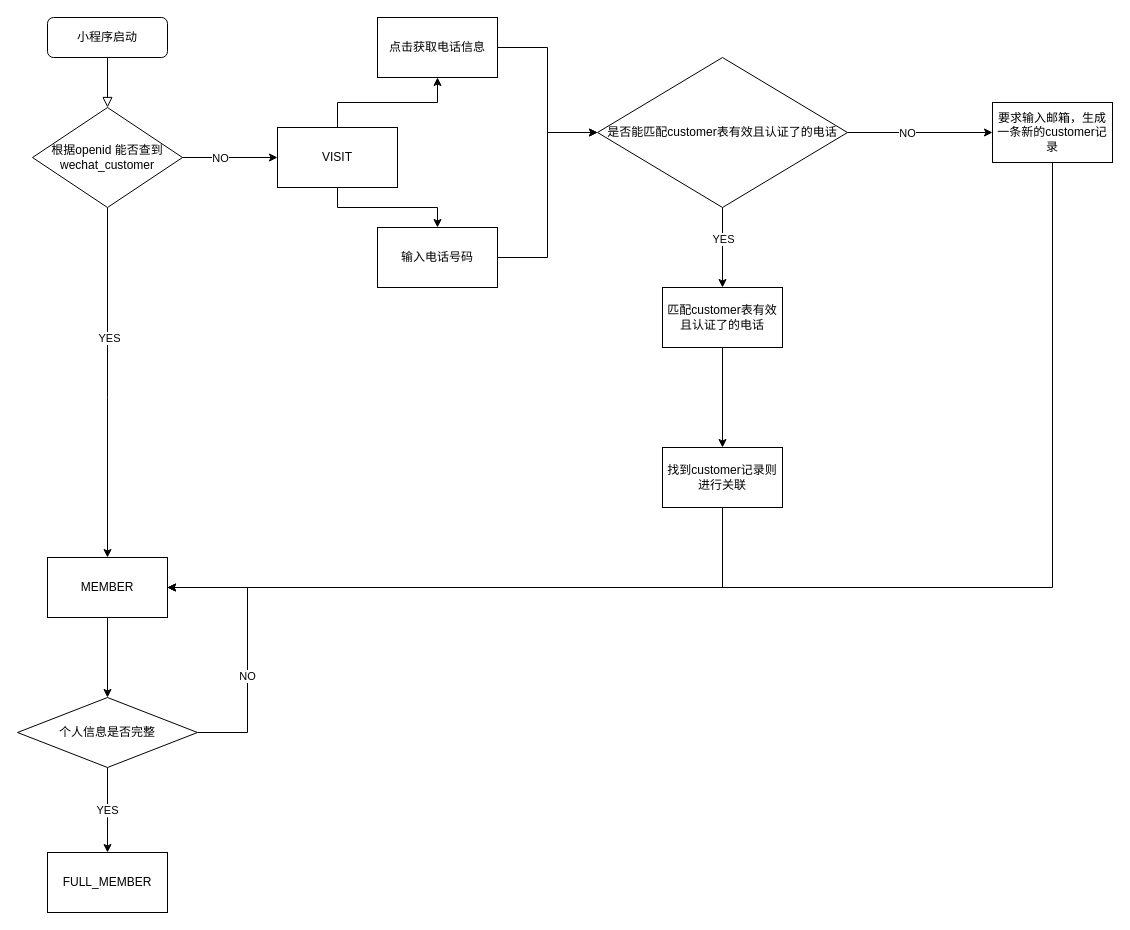
Earlier version of the draw.io diagram adi-mini-register-login.drawio (maclxf/ProjectDraw). Source tidied: cells renumbered, new cells numbered last; positions are measured from the earlier drawing's top-left corner, leaving out a move shared by most shapes. Both pictures are drawn from the tidied source at 100%, with x=0, y=0 at pixel (17, 17).
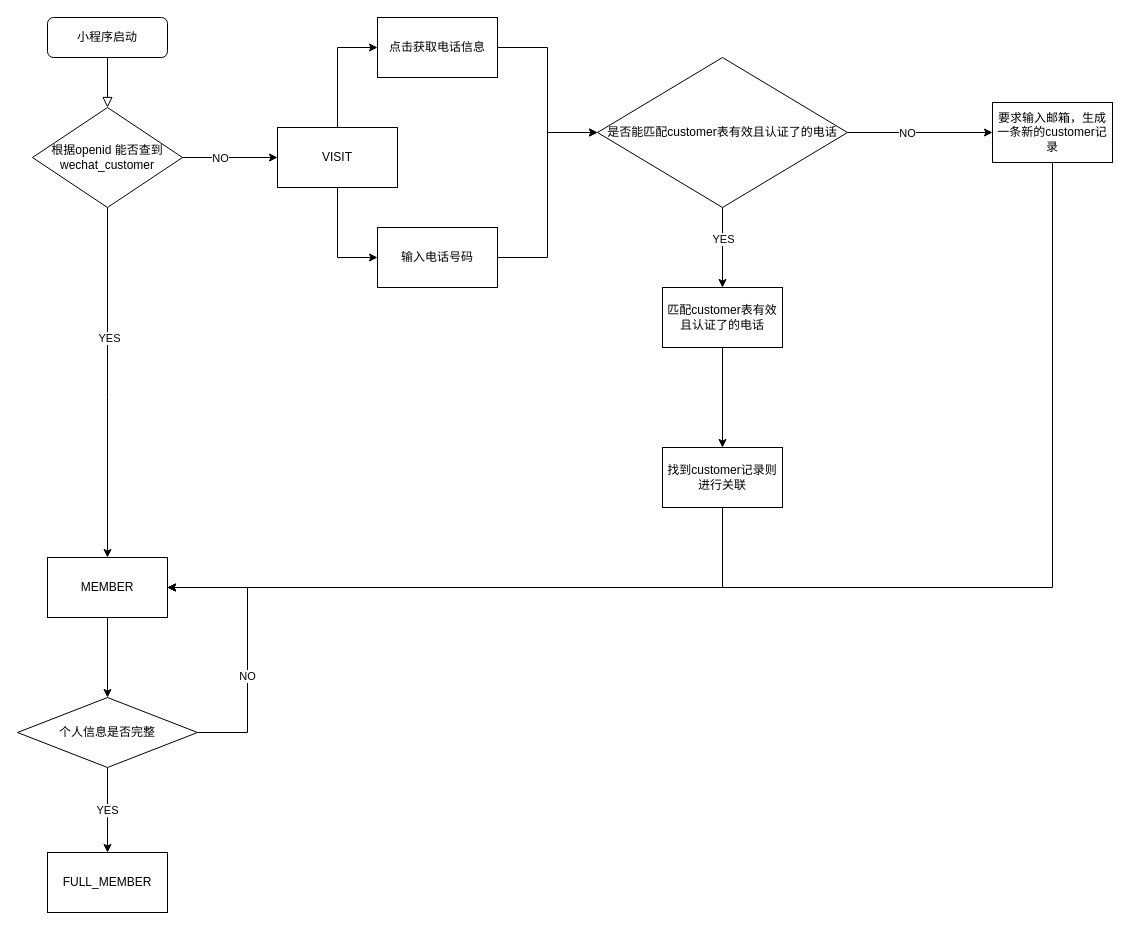
The same page after the edit.

The change refers to these unchanged cells:
```xml
<mxCell id="11" value="VISIT" style="whiteSpace=wrap;html=1;" parent="1" vertex="1">
  <mxGeometry x="260" y="110" width="120" height="60" as="geometry" />
</mxCell>
<mxCell id="13" value="点击获取电话信息" style="whiteSpace=wrap;html=1;" parent="1" vertex="1">
  <mxGeometry x="360" width="120" height="60" as="geometry" />
</mxCell>
<mxCell id="15" value="输入电话号码" style="whiteSpace=wrap;html=1;" parent="1" vertex="1">
  <mxGeometry x="360" y="210" width="120" height="60" as="geometry" />
</mxCell>
```

What changed in the source:
```diff
@@
     <mxCell id="9" style="edgeStyle=orthogonalEdgeStyle;rounded=0;jettySize=auto;html=1;" parent="1" edge="1" source="11" target="13">
-      <mxGeometry relative="1" as="geometry" />
+      <mxGeometry relative="1" as="geometry">
+        <Array as="points">
+          <mxPoint x="320" y="30" />
+        </Array>
+      </mxGeometry>
     </mxCell>
-    <mxCell id="10" style="edgeStyle=orthogonalEdgeStyle;rounded=0;jettySize=auto;html=1;" parent="1" edge="1" source="11" target="15">
+    <mxCell id="10" style="edgeStyle=orthogonalEdgeStyle;rounded=0;jettySize=auto;html=1;entryX=0;entryY=0.5;entryDx=0;entryDy=0;" parent="1" edge="1" source="11" target="15">
       <mxGeometry relative="1" as="geometry" />
     </mxCell>
```
